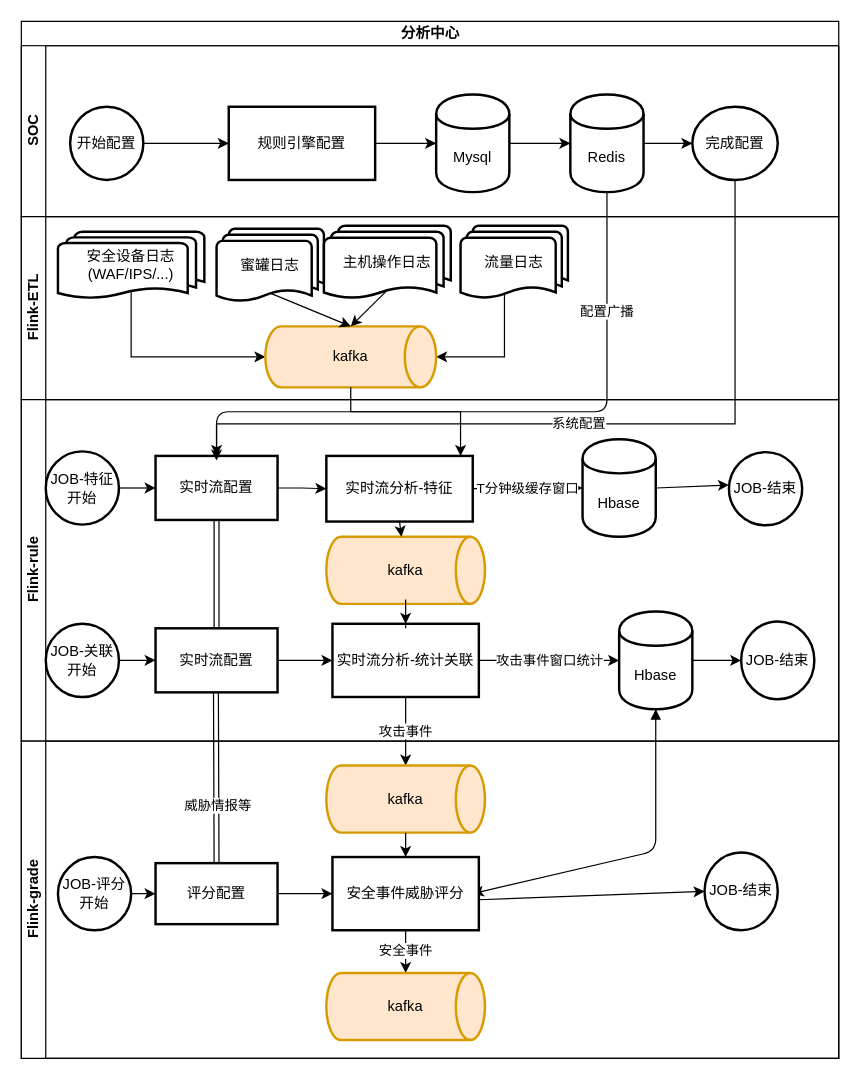
liujianqun/draw keeps this draw.io diagram as 分析模块流程.drawio. Above is the earlier version. Source tidied: cells renumbered, new cells numbered last; positions are measured from the earlier drawing's top-left corner, leaving out a move shared by most shapes. Both pictures are drawn from the tidied source at 122%, with x=0, y=0 at pixel (21, 21).
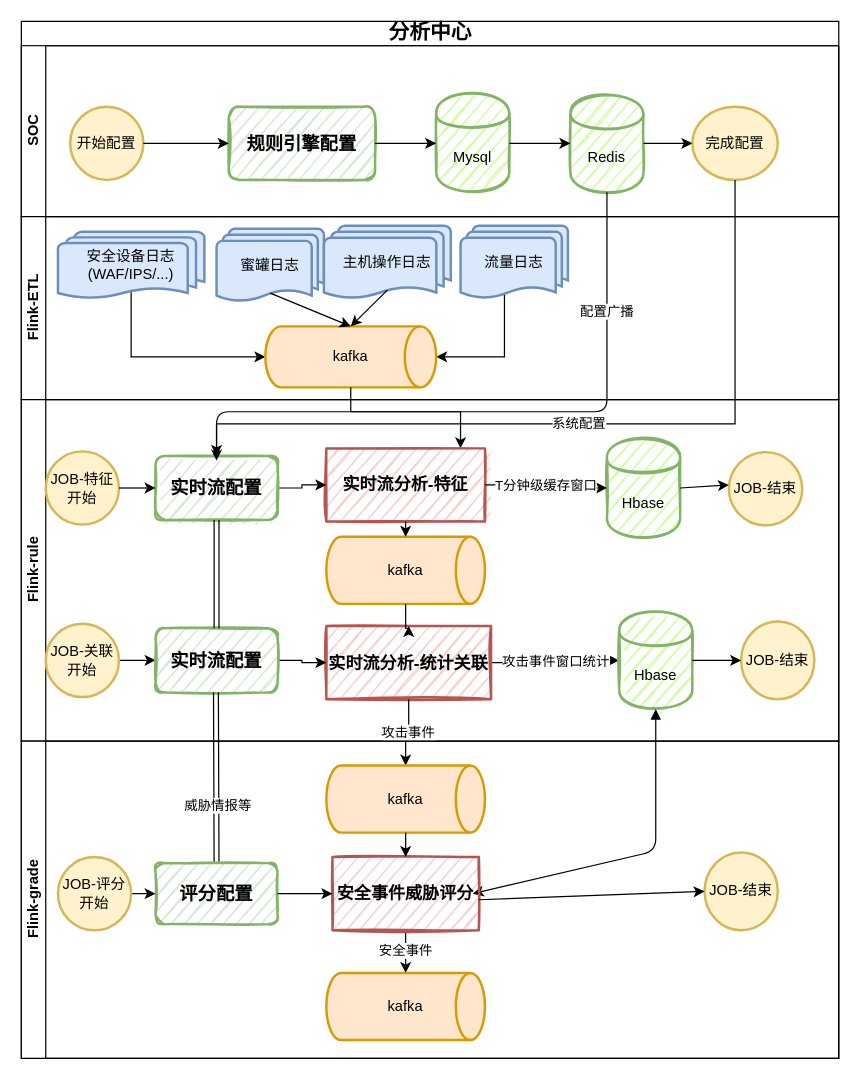
Above is the later version.

Commit message:
Update 分析模块流程.drawio

The change refers to these unchanged cells:
```xml
<mxCell id="3" value="SOC" style="swimlane;html=1;startSize=20;horizontal=0;" parent="2" vertex="1">
  <mxGeometry y="20" width="670" height="140" as="geometry" />
</mxCell>
<mxCell id="13" value="Flink-ETL" style="swimlane;html=1;startSize=20;horizontal=0;" parent="2" vertex="1">
  <mxGeometry y="160" width="670" height="150" as="geometry" />
</mxCell>
<mxCell id="26" value="Flink-rule" style="swimlane;html=1;startSize=20;horizontal=0;" parent="2" vertex="1">
  <mxGeometry y="310" width="670" height="280" as="geometry" />
</mxCell>
<mxCell id="53" value="Flink-grade" style="swimlane;html=1;startSize=20;horizontal=0;" parent="2" vertex="1">
  <mxGeometry y="590" width="670" height="260" as="geometry" />
</mxCell>
```

Change to the diagram source:
```diff
@@
-    <mxCell id="2" value="分析中心" style="swimlane;html=1;horizontal=1;startSize=20;" parent="1" vertex="1">
+    <mxCell id="2" value="分析中心" style="swimlane;html=1;horizontal=1;startSize=20;fontStyle=1;fontSize=17;" parent="1" vertex="1">
       <mxGeometry width="670" height="850" as="geometry" />
     </mxCell>
@@
-    <mxCell id="4" value="开始配置" style="strokeWidth=2;html=1;shape=mxgraph.flowchart.start_2;whiteSpace=wrap;" parent="3" vertex="1">
+    <mxCell id="4" value="开始配置" style="strokeWidth=2;html=1;shape=mxgraph.flowchart.start_2;whiteSpace=wrap;fillColor=#fff2cc;strokeColor=#d6b656;" parent="3" vertex="1">
       <mxGeometry x="40" y="50" width="60" height="60" as="geometry" />
     </mxCell>
-    <mxCell id="5" value="Mysql" style="shape=cylinder;whiteSpace=wrap;html=1;boundedLbl=1;backgroundOutline=1;strokeWidth=2;" parent="3" vertex="1">
+    <mxCell id="5" value="Mysql" style="shape=cylinder;whiteSpace=wrap;html=1;boundedLbl=1;backgroundOutline=1;strokeWidth=2;strokeColor=#82b366;fillColor=#CCFF99;sketch=1;" parent="3" vertex="1">
       <mxGeometry x="340" y="40" width="60" height="80" as="geometry" />
     </mxCell>
-    <mxCell id="6" value="Redis" style="shape=cylinder;whiteSpace=wrap;html=1;boundedLbl=1;backgroundOutline=1;strokeWidth=2;" parent="3" vertex="1">
+    <mxCell id="6" value="Redis" style="shape=cylinder;whiteSpace=wrap;html=1;boundedLbl=1;backgroundOutline=1;strokeWidth=2;strokeColor=#82b366;fillColor=#CCFF99;sketch=1;" parent="3" vertex="1">
       <mxGeometry x="450" y="40" width="60" height="80" as="geometry" />
     </mxCell>
@@
-    <mxCell id="8" value="规则引擎配置" style="whiteSpace=wrap;html=1;strokeWidth=2;" parent="3" vertex="1">
+    <mxCell id="8" value="规则引擎配置" style="whiteSpace=wrap;html=1;strokeWidth=2;rounded=1;shadow=0;fontSize=15;fontStyle=1;strokeColor=#82b366;fillColor=#d5e8d4;glass=0;sketch=1;" parent="3" vertex="1">
       <mxGeometry x="170" y="50" width="120" height="60" as="geometry" />
     </mxCell>
@@
-    <mxCell id="11" value="完成配置" style="ellipse;whiteSpace=wrap;html=1;strokeWidth=2;" parent="3" vertex="1">
+    <mxCell id="11" value="完成配置" style="ellipse;whiteSpace=wrap;html=1;strokeWidth=2;fillColor=#fff2cc;strokeColor=#d6b656;sketch=0;" parent="3" vertex="1">
       <mxGeometry x="550" y="50" width="70" height="60" as="geometry" />
     </mxCell>
@@
-    <mxCell id="15" value="安全设备日志(WAF/IPS/...)" style="strokeWidth=2;html=1;shape=mxgraph.flowchart.multi-document;whiteSpace=wrap;" parent="13" vertex="1">
+    <mxCell id="15" value="安全设备日志(WAF/IPS/...)" style="strokeWidth=2;html=1;shape=mxgraph.flowchart.multi-document;whiteSpace=wrap;fillColor=#dae8fc;strokeColor=#6c8ebf;" parent="13" vertex="1">
       <mxGeometry x="30" y="12.5" width="120" height="55" as="geometry" />
     </mxCell>
-    <mxCell id="16" value="蜜罐日志" style="strokeWidth=2;html=1;shape=mxgraph.flowchart.multi-document;whiteSpace=wrap;" parent="13" vertex="1">
+    <mxCell id="16" value="蜜罐日志" style="strokeWidth=2;html=1;shape=mxgraph.flowchart.multi-document;whiteSpace=wrap;fillColor=#dae8fc;strokeColor=#6c8ebf;" parent="13" vertex="1">
       <mxGeometry x="160" y="10" width="88" height="60" as="geometry" />
     </mxCell>
-    <mxCell id="17" value="主机操作日志" style="strokeWidth=2;html=1;shape=mxgraph.flowchart.multi-document;whiteSpace=wrap;" parent="13" vertex="1">
+    <mxCell id="17" value="主机操作日志" style="strokeWidth=2;html=1;shape=mxgraph.flowchart.multi-document;whiteSpace=wrap;fillColor=#dae8fc;strokeColor=#6c8ebf;" parent="13" vertex="1">
       <mxGeometry x="248" y="7.5" width="104" height="60" as="geometry" />
     </mxCell>
@@
-    <mxCell id="19" value="流量日志" style="strokeWidth=2;html=1;shape=mxgraph.flowchart.multi-document;whiteSpace=wrap;" parent="13" vertex="1">
+    <mxCell id="19" value="流量日志" style="strokeWidth=2;html=1;shape=mxgraph.flowchart.multi-document;whiteSpace=wrap;fillColor=#dae8fc;strokeColor=#6c8ebf;" parent="13" vertex="1">
       <mxGeometry x="360" y="7.5" width="88" height="60" as="geometry" />
     </mxCell>
@@
-    <mxCell id="27" value="实时流分析-特征" style="whiteSpace=wrap;html=1;strokeWidth=2;" parent="26" vertex="1">
-      <mxGeometry x="250" y="46.2" width="120" height="53.8" as="geometry" />
+    <mxCell id="27" value="实时流分析-特征" style="whiteSpace=wrap;html=1;strokeWidth=2;fillColor=#f8cecc;strokeColor=#b85450;sketch=1;fontStyle=1;fontSize=14;" parent="26" vertex="1">
+      <mxGeometry x="250" y="40" width="130" height="60" as="geometry" />
     </mxCell>
-    <mxCell id="28" value="Hbase" style="shape=cylinder;whiteSpace=wrap;html=1;boundedLbl=1;backgroundOutline=1;strokeWidth=2;" parent="26" vertex="1">
-      <mxGeometry x="460" y="32.5" width="60" height="80" as="geometry" />
+    <mxCell id="28" value="Hbase" style="shape=cylinder;whiteSpace=wrap;html=1;boundedLbl=1;backgroundOutline=1;strokeWidth=2;strokeColor=#82b366;fillColor=#CCFF99;sketch=1;" parent="26" vertex="1">
+      <mxGeometry x="480" y="32.5" width="60" height="80" as="geometry" />
     </mxCell>
@@
-    <mxCell id="30" value="JOB-特征开始" style="strokeWidth=2;html=1;shape=mxgraph.flowchart.start_2;whiteSpace=wrap;" parent="26" vertex="1">
+    <mxCell id="30" value="JOB-特征开始" style="strokeWidth=2;html=1;shape=mxgraph.flowchart.start_2;whiteSpace=wrap;fillColor=#fff2cc;strokeColor=#d6b656;" parent="26" vertex="1">
       <mxGeometry x="20" y="42.5" width="60" height="60" as="geometry" />
     </mxCell>
@@
-    <mxCell id="32" value="实时流配置" style="whiteSpace=wrap;html=1;strokeWidth=2;" parent="26" vertex="1">
+    <mxCell id="32" value="实时流配置" style="whiteSpace=wrap;html=1;strokeWidth=2;fillColor=#d5e8d4;strokeColor=#82b366;rounded=1;shadow=0;glass=0;sketch=1;fontSize=15;fontStyle=1;" parent="26" vertex="1">
       <mxGeometry x="110" y="46.2" width="100" height="52.5" as="geometry" />
     </mxCell>
@@
-    <mxCell id="37" value="实时流分析-统计关联" style="whiteSpace=wrap;html=1;shadow=0;strokeWidth=2;sketch=0;" parent="26" vertex="1">
-      <mxGeometry x="255" y="183.8" width="120" height="60" as="geometry" />
+    <mxCell id="37" value="实时流分析-统计关联" style="whiteSpace=wrap;html=1;strokeWidth=2;sketch=1;fontSize=14;fontStyle=1;strokeColor=#b85450;fillColor=#f8cecc;" parent="26" vertex="1">
+      <mxGeometry x="250" y="185.6" width="135" height="60" as="geometry" />
     </mxCell>
@@
-    <mxCell id="39" value="JOB-结束" style="strokeWidth=2;html=1;shape=mxgraph.flowchart.start_2;whiteSpace=wrap;" parent="26" vertex="1">
+    <mxCell id="39" value="JOB-结束" style="strokeWidth=2;html=1;shape=mxgraph.flowchart.start_2;whiteSpace=wrap;fillColor=#fff2cc;strokeColor=#d6b656;" parent="26" vertex="1">
       <mxGeometry x="580" y="43.1" width="60" height="60" as="geometry" />
     </mxCell>
@@
-    <mxCell id="42" value="JOB-关联开始" style="strokeWidth=2;html=1;shape=mxgraph.flowchart.start_2;whiteSpace=wrap;" parent="26" vertex="1">
+    <mxCell id="42" value="JOB-关联开始" style="strokeWidth=2;html=1;shape=mxgraph.flowchart.start_2;whiteSpace=wrap;fillColor=#fff2cc;strokeColor=#d6b656;" parent="26" vertex="1">
       <mxGeometry x="20" y="183.8" width="60" height="60" as="geometry" />
     </mxCell>
@@
-    <mxCell id="44" value="实时流配置" style="whiteSpace=wrap;html=1;strokeWidth=2;" parent="26" vertex="1">
+    <mxCell id="44" value="实时流配置" style="whiteSpace=wrap;html=1;strokeWidth=2;rounded=1;shadow=0;strokeColor=#82b366;fillColor=#d5e8d4;glass=0;sketch=1;fontSize=15;fontStyle=1;" parent="26" vertex="1">
       <mxGeometry x="110" y="187.5" width="100" height="52.5" as="geometry" />
     </mxCell>
@@
-    <mxCell id="46" value="Hbase" style="shape=cylinder;whiteSpace=wrap;html=1;boundedLbl=1;backgroundOutline=1;strokeWidth=2;" parent="26" vertex="1">
+    <mxCell id="46" value="Hbase" style="shape=cylinder;whiteSpace=wrap;html=1;boundedLbl=1;backgroundOutline=1;strokeWidth=2;strokeColor=#82b366;fillColor=#CCFF99;sketch=1;" parent="26" vertex="1">
       <mxGeometry x="490" y="173.8" width="60" height="80" as="geometry" />
     </mxCell>
-    <mxCell id="47" value="JOB-结束" style="ellipse;whiteSpace=wrap;html=1;strokeWidth=2;" parent="26" vertex="1">
+    <mxCell id="47" value="JOB-结束" style="ellipse;whiteSpace=wrap;html=1;strokeWidth=2;fillColor=#fff2cc;strokeColor=#d6b656;" parent="26" vertex="1">
       <mxGeometry x="590" y="181.9" width="60" height="63.8" as="geometry" />
     </mxCell>
@@
-    <mxCell id="55" value="评分配置" style="whiteSpace=wrap;html=1;strokeWidth=2;" parent="53" vertex="1">
+    <mxCell id="55" value="评分配置" style="whiteSpace=wrap;html=1;strokeWidth=2;rounded=1;shadow=0;strokeColor=#82b366;fillColor=#d5e8d4;glass=0;sketch=1;fontSize=15;fontStyle=1;" parent="53" vertex="1">
       <mxGeometry x="110" y="100" width="100" height="50" as="geometry" />
     </mxCell>
@@
-    <mxCell id="57" value="安全事件威胁评分" style="whiteSpace=wrap;html=1;strokeWidth=2;" parent="53" vertex="1">
+    <mxCell id="57" value="安全事件威胁评分" style="whiteSpace=wrap;html=1;strokeWidth=2;fontSize=14;fontStyle=1;strokeColor=#b85450;fillColor=#f8cecc;sketch=1;" parent="53" vertex="1">
       <mxGeometry x="255" y="95" width="120" height="60" as="geometry" />
     </mxCell>
@@
-    <mxCell id="61" value="JOB-结束" style="ellipse;whiteSpace=wrap;html=1;strokeWidth=2;" parent="53" vertex="1">
+    <mxCell id="61" value="JOB-结束" style="ellipse;whiteSpace=wrap;html=1;strokeWidth=2;fillColor=#fff2cc;strokeColor=#d6b656;" parent="53" vertex="1">
       <mxGeometry x="560" y="91.2" width="60" height="63.8" as="geometry" />
     </mxCell>
@@
-    <mxCell id="64" value="JOB-评分开始" style="strokeWidth=2;html=1;shape=mxgraph.flowchart.start_2;whiteSpace=wrap;" parent="53" vertex="1">
+    <mxCell id="64" value="JOB-评分开始" style="strokeWidth=2;html=1;shape=mxgraph.flowchart.start_2;whiteSpace=wrap;fillColor=#fff2cc;strokeColor=#d6b656;" parent="53" vertex="1">
       <mxGeometry x="30" y="95" width="60" height="60" as="geometry" />
     </mxCell>
```
